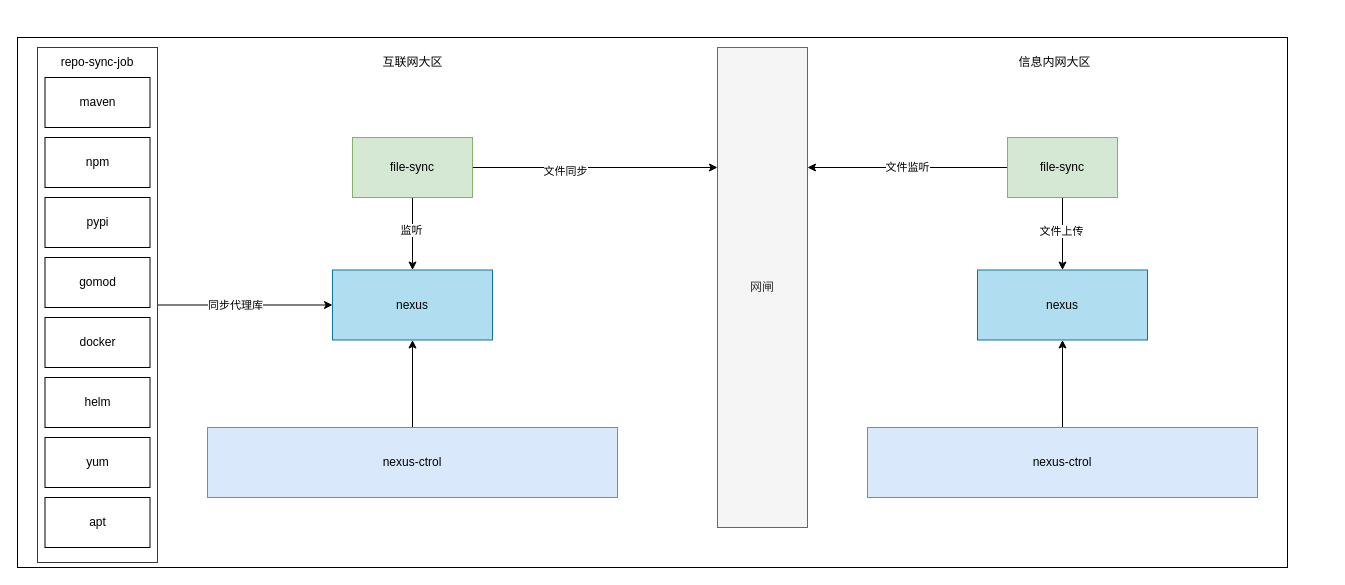
This is page "第 2 页" (2 of 4) of ProductRepository.drawio from zzl-code/drawImg, a draw.io file, before an edit. Source tidied: cells renumbered, new cells numbered last; positions are measured from the earlier drawing's top-left corner, leaving out a move shared by most shapes. Both pictures are drawn from the tidied source at 100%, with x=0, y=0 at pixel (17, 37).
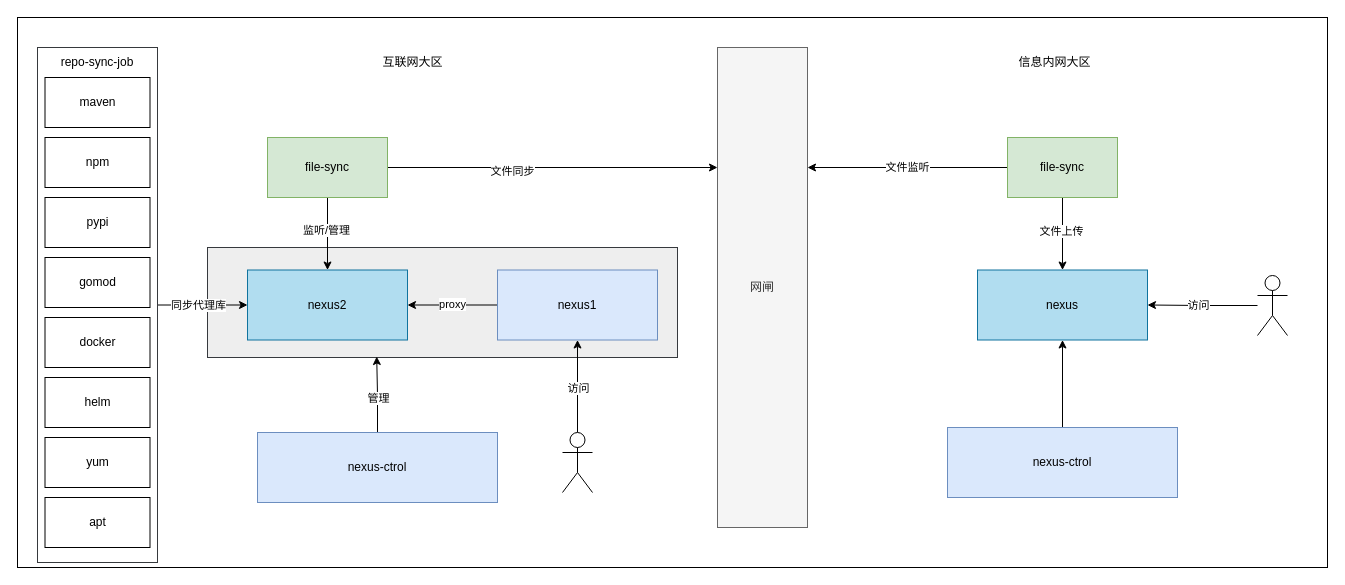
The same page after the edit.

The change refers to these unchanged cells:
```xml
<mxCell id="5" style="edgeStyle=orthogonalEdgeStyle;rounded=0;jettySize=auto;html=1;entryX=0.5;entryY=0;entryDx=0;entryDy=0;" parent="1" edge="1" source="9" target="4">
  <mxGeometry relative="1" as="geometry" />
</mxCell>
<mxCell id="14" value="nexus" style="rounded=0;whiteSpace=wrap;html=1;fillColor=#b1ddf0;strokeColor=#10739e;" parent="1" vertex="1">
  <mxGeometry x="960" y="232.5" width="170" height="70" as="geometry" />
</mxCell>
```

Diff of the diagram source:
```diff
@@
     <mxCell id="2" style="rounded=0;whiteSpace=wrap;html=1;" parent="1" vertex="1">
-      <mxGeometry width="1270" height="530" as="geometry" />
+      <mxGeometry y="-20" width="1310" height="550" as="geometry" />
     </mxCell>
@@
+    <mxCell id="33" style="rounded=0;whiteSpace=wrap;html=1;fillColor=#eeeeee;strokeColor=#36393d;" parent="1" vertex="1">
+      <mxGeometry x="190" y="210" width="470" height="110" as="geometry" />
+    </mxCell>
-    <mxCell id="4" value="nexus" style="rounded=0;whiteSpace=wrap;html=1;fillColor=#b1ddf0;strokeColor=#10739e;" parent="1" vertex="1">
-      <mxGeometry x="315" y="232.5" width="160" height="70" as="geometry" />
+    <mxCell id="4" value="nexus2" style="rounded=0;whiteSpace=wrap;html=1;fillColor=#b1ddf0;strokeColor=#10739e;" parent="1" vertex="1">
+      <mxGeometry x="230" y="232.5" width="160" height="70" as="geometry" />
     </mxCell>
@@
-    <mxCell id="6" value="监听" style="edgeLabel;html=1;align=center;verticalAlign=middle;" parent="5" vertex="1">
+    <mxCell id="6" value="监听/管理" style="edgeLabel;html=1;align=center;verticalAlign=middle;" parent="5" vertex="1">
       <mxGeometry x="-0.12" y="-2" relative="1" as="geometry" />
     </mxCell>
@@
     <mxCell id="9" value="file-sync" style="rounded=0;whiteSpace=wrap;html=1;fillColor=#d5e8d4;strokeColor=#82b366;" parent="1" vertex="1">
-      <mxGeometry x="335" y="100" width="120" height="60" as="geometry" />
+      <mxGeometry x="250" y="100" width="120" height="60" as="geometry" />
     </mxCell>
@@
-    <mxCell id="27" style="edgeStyle=orthogonalEdgeStyle;rounded=0;jettySize=auto;html=1;entryX=0.5;entryY=1;entryDx=0;entryDy=0;" parent="1" edge="1" source="28" target="4">
-      <mxGeometry relative="1" as="geometry" />
-    </mxCell>
+    <mxCell id="34" style="edgeStyle=orthogonalEdgeStyle;rounded=0;jettySize=auto;html=1;entryX=0.36;entryY=0.991;entryDx=0;entryDy=0;entryPerimeter=0;" parent="1" edge="1" source="28" target="33">
+      <mxGeometry relative="1" as="geometry" />
+    </mxCell>
+    <mxCell id="35" value="管理" style="edgeLabel;html=1;align=center;verticalAlign=middle;" parent="34" vertex="1">
+      <mxGeometry x="-0.09" relative="1" as="geometry" />
+    </mxCell>
     <mxCell id="28" value="nexus-ctrol" style="rounded=0;whiteSpace=wrap;html=1;fillColor=#dae8fc;strokeColor=#6c8ebf;" parent="1" vertex="1">
-      <mxGeometry x="190" y="390" width="410" height="70" as="geometry" />
+      <mxGeometry x="240" y="395" width="240" height="70" as="geometry" />
     </mxCell>
@@
     <mxCell id="30" value="nexus-ctrol" style="rounded=0;whiteSpace=wrap;html=1;fillColor=#dae8fc;strokeColor=#6c8ebf;" parent="1" vertex="1">
-      <mxGeometry x="850" y="390" width="390" height="70" as="geometry" />
+      <mxGeometry x="930" y="390" width="230" height="70" as="geometry" />
     </mxCell>
@@
+    <mxCell id="36" style="edgeStyle=orthogonalEdgeStyle;rounded=0;jettySize=auto;html=1;" parent="1" edge="1" source="38" target="4">
+      <mxGeometry relative="1" as="geometry" />
+    </mxCell>
+    <mxCell id="37" value="proxy" style="edgeLabel;html=1;align=center;verticalAlign=middle;" parent="36" vertex="1">
+      <mxGeometry x="0.02" y="-1" relative="1" as="geometry" />
+    </mxCell>
+    <mxCell id="38" value="nexus1" style="rounded=0;whiteSpace=wrap;html=1;fillColor=#dae8fc;strokeColor=#6c8ebf;" parent="1" vertex="1">
+      <mxGeometry x="480" y="232.5" width="160" height="70" as="geometry" />
+    </mxCell>
+    <mxCell id="39" style="edgeStyle=orthogonalEdgeStyle;rounded=0;jettySize=auto;html=1;entryX=0.5;entryY=1;entryDx=0;entryDy=0;" parent="1" edge="1" source="41" target="38">
+      <mxGeometry relative="1" as="geometry" />
+    </mxCell>
+    <mxCell id="40" value="访问" style="edgeLabel;html=1;align=center;verticalAlign=middle;" parent="39" vertex="1">
+      <mxGeometry x="-0.03" relative="1" as="geometry" />
+    </mxCell>
+    <mxCell id="41" style="shape=umlActor;verticalLabelPosition=bottom;verticalAlign=top;html=1;outlineConnect=0;" parent="1" vertex="1">
+      <mxGeometry x="545" y="395" width="30" height="60" as="geometry" />
+    </mxCell>
+    <mxCell id="42" style="edgeStyle=orthogonalEdgeStyle;rounded=0;jettySize=auto;html=1;entryX=1;entryY=0.5;entryDx=0;entryDy=0;" parent="1" edge="1" source="44" target="14">
+      <mxGeometry relative="1" as="geometry" />
+    </mxCell>
+    <mxCell id="43" value="访问" style="edgeLabel;html=1;align=center;verticalAlign=middle;" parent="42" vertex="1">
+      <mxGeometry x="0.08" relative="1" as="geometry" />
+    </mxCell>
+    <mxCell id="44" style="shape=umlActor;verticalLabelPosition=bottom;verticalAlign=top;html=1;outlineConnect=0;" parent="1" vertex="1">
+      <mxGeometry x="1240" y="238" width="30" height="60" as="geometry" />
+    </mxCell>
```
